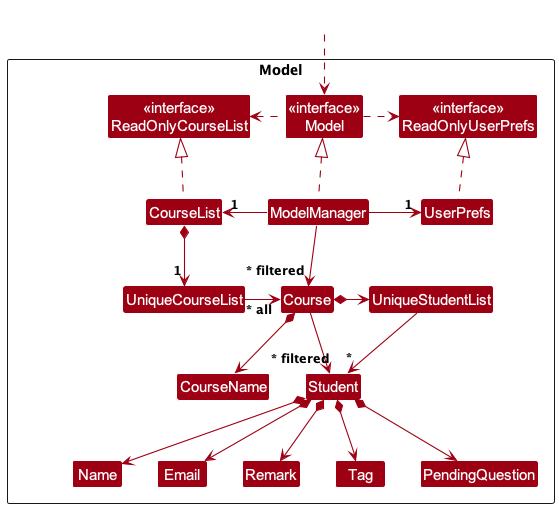
Before: docs/images/ModelClassDiagram.png, a diagram exported from PlantUML (tiongjjyi/tp).
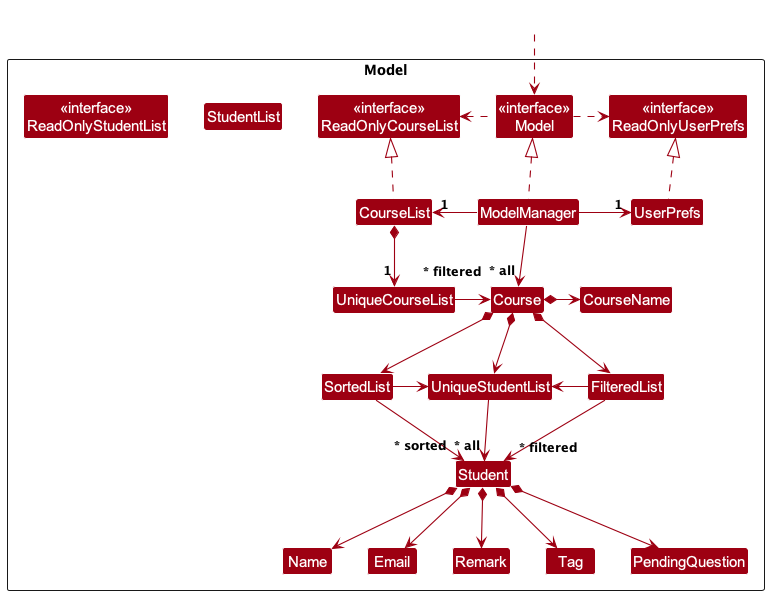
The same file after the commit.

Commit message:
Update UG and Model diagram

What changed in the source:
```diff
@@ -8,12 +8,17 @@
 Class "<<interface>>\nReadOnlyCourseList" as ReadOnlyCourseList
 Class "<<interface>>\nReadOnlyUserPrefs" as ReadOnlyUserPrefs
 Class "<<interface>>\nModel" as Model
+Class "<<interface>>\nReadOnlyStudentList" as ReadOnlyStudentList
 Class CourseList
 Class ModelManager
 Class UserPrefs
+Class StudentList
+
 
 Class UniqueCourseList
 Class UniqueStudentList
+Class FilteredList
+Class SortedList
 Class Course
 Class CourseName
 Class Student
@@ -36,15 +41,23 @@
 Model .left.> ReadOnlyCourseList
 ModelManager -left-> "1" CourseList
 ModelManager -right-> "1" UserPrefs
-ModelManager --> "~* filtered" Course
+ModelManager --> "~* all" Course
 UserPrefs .up.|> ReadOnlyUserPrefs
 
 CourseList *--> "1" UniqueCourseList
-UniqueCourseList -right-> "~* all" Course
-Course *-down-> CourseName
-Course *-right-> UniqueStudentList
-Course --> "~* filtered" Student
-UniqueStudentList -down-> "*" Student
+UniqueCourseList -right--> "~* filtered" Course
+Course *-right-> CourseName
+Course *-down-> FilteredList
+Course *-down-> UniqueStudentList
+Course *-down-> SortedList
+CourseName -right[hidden]-> FilteredList
+FilteredList -right-> UniqueStudentList
+SortedList -right-> UniqueStudentList
+
+
+UniqueStudentList -down-> "~* all" Student
+FilteredList -left-> "~* filtered" Student
+SortedList -down-> "~* sorted" Student
 Student *-down-> Name
 Student *-down-> Email
 Student *-down-> Remark
```
